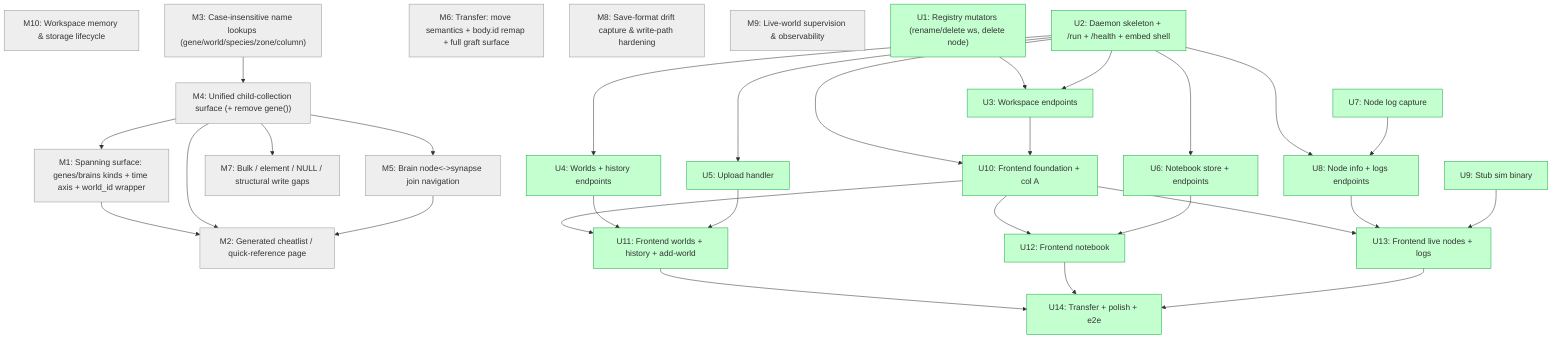
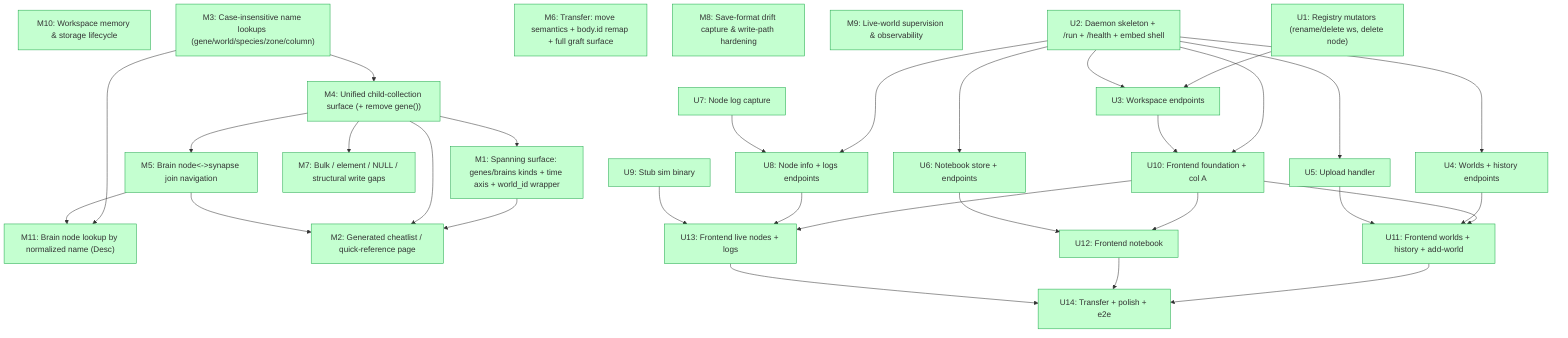
flowchart TD
-     M1["M1: Spanning surface: genes/brains kinds + time axis + world_id wrapper"]:::pending
-     M10["M10: Workspace memory & storage lifecycle"]:::pending
-     M2["M2: Generated cheatlist / quick-reference page"]:::pending
-     M3["M3: Case-insensitive name lookups (gene/world/species/zone/column)"]:::pending
-     M4["M4: Unified child-collection surface (+ remove gene())"]:::pending
-     M5["M5: Brain node<->synapse join navigation"]:::pending
-     M6["M6: Transfer: move semantics + body.id remap + full graft surface"]:::pending
-     M7["M7: Bulk / element / NULL / structural write gaps"]:::pending
-     M8["M8: Save-format drift capture & write-path hardening"]:::pending
-     M9["M9: Live-world supervision & observability"]:::pending
+     M1["M1: Spanning surface: genes/brains kinds + time axis + world_id wrapper"]:::done
+     M10["M10: Workspace memory & storage lifecycle"]:::done
+     M11["M11: Brain node lookup by normalized name (Desc)"]:::done
+     M2["M2: Generated cheatlist / quick-reference page"]:::done
+     M3["M3: Case-insensitive name lookups (gene/world/species/zone/column)"]:::done
+     M4["M4: Unified child-collection surface (+ remove gene())"]:::done
+     M5["M5: Brain node<->synapse join navigation"]:::done
+     M6["M6: Transfer: move semantics + body.id remap + full graft surface"]:::done
+     M7["M7: Bulk / element / NULL / structural write gaps"]:::done
+     M8["M8: Save-format drift capture & write-path hardening"]:::done
+     M9["M9: Live-world supervision & observability"]:::done
    U1["U1: Registry mutators (rename/delete ws, delete node)"]:::done
    U10["U10: Frontend foundation + col A"]:::done
    U11["U11: Frontend worlds + history + add-world"]:::done
    U12["U12: Frontend notebook"]:::done
    U13["U13: Frontend live nodes + logs"]:::done
    U14["U14: Transfer + polish + e2e"]:::done
    U2["U2: Daemon skeleton + /run + /health + embed shell"]:::done
    U3["U3: Workspace endpoints"]:::done
    U4["U4: Worlds + history endpoints"]:::done
    U5["U5: Upload handler"]:::done
    U6["U6: Notebook store + endpoints"]:::done
    U7["U7: Node log capture"]:::done
    U8["U8: Node info + logs endpoints"]:::done
    U9["U9: Stub sim binary"]:::done
    M4 --> M1
+     M3 --> M11
+     M5 --> M11
    M1 --> M2
    M4 --> M2
    M5 --> M2
    M3 --> M4
    M4 --> M5
    M4 --> M7
    U2 --> U10
    U3 --> U10
    U10 --> U11
    U4 --> U11
    U5 --> U11
    U10 --> U12
    U6 --> U12
    U10 --> U13
    U8 --> U13
    U9 --> U13
    U11 --> U14
    U12 --> U14
    U13 --> U14
    U1 --> U3
    U2 --> U3
    U2 --> U4
    U2 --> U5
    U2 --> U6
    U2 --> U8
    U7 --> U8

    classDef pending fill:#eee,stroke:#999;
    classDef planning fill:#cfe8ff,stroke:#1a73e8;
    classDef executing fill:#fff3c4,stroke:#e8a91a;
    classDef reviewing fill:#ffd8c4,stroke:#e8601a;
    classDef done fill:#c4ffd0,stroke:#1ea84a;
    classDef blocked fill:#ffc4c4,stroke:#d11;
